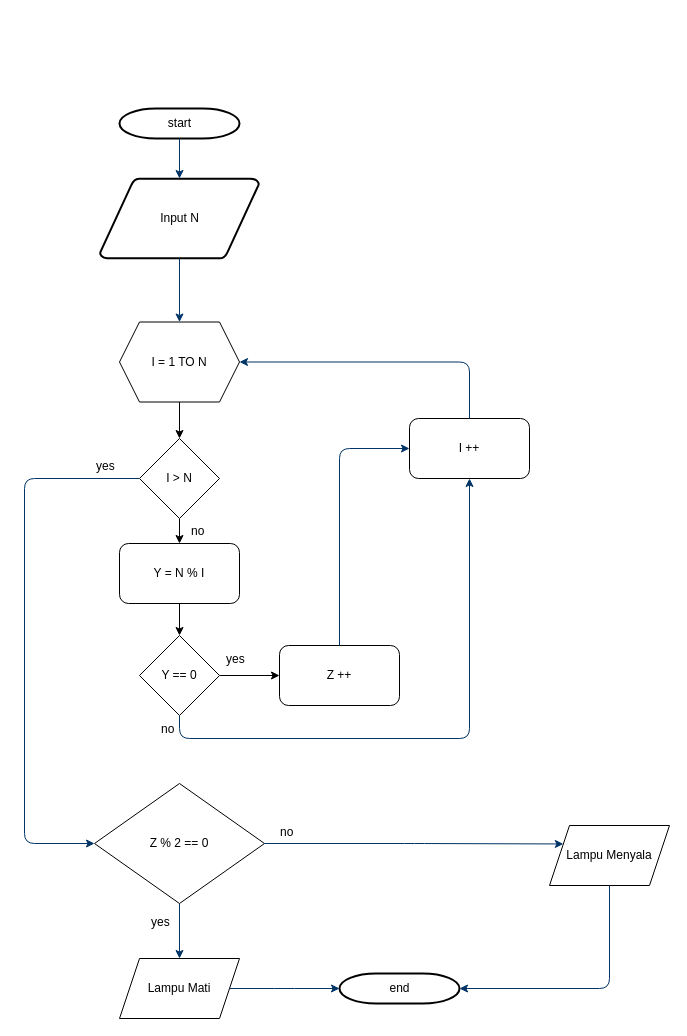
ikonsultandeveloper/Tugas keeps this draw.io diagram as page "Lampu" (2 of 2) of Day1/Day1.drawio. Above is the earlier version. Source tidied: cells renumbered, new cells numbered last; positions are measured from the earlier drawing's top-left corner, leaving out a move shared by most shapes. Both pictures are drawn from the tidied source at 100%, with x=0, y=0 at pixel (24, 108).
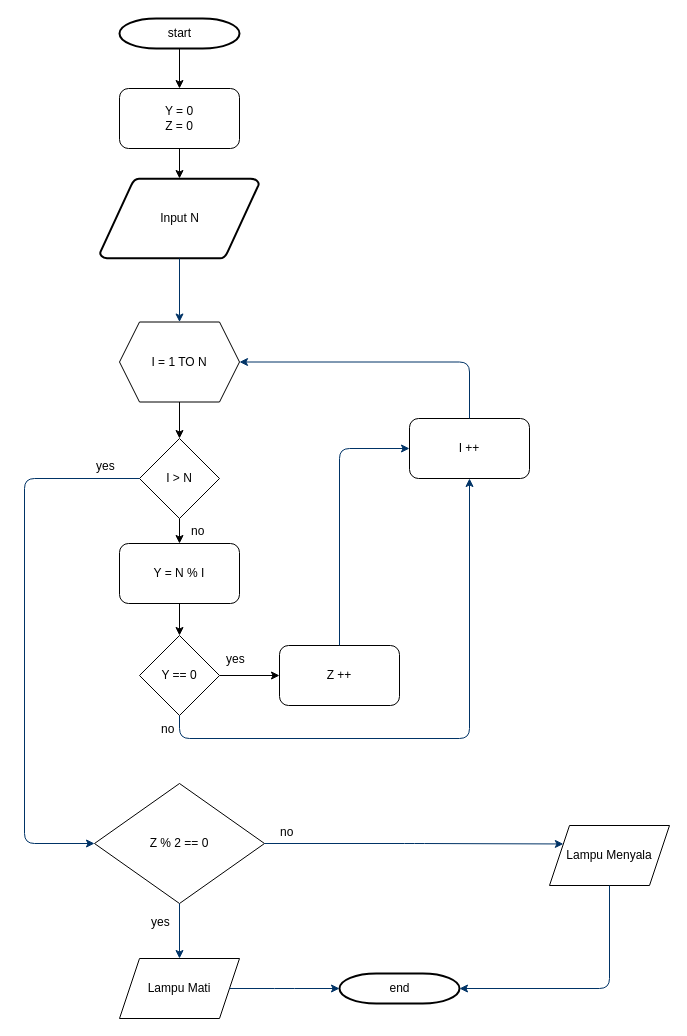
The same diagram, later.

The change refers to these unchanged cells:
```xml
<mxCell id="3" value="Input N" style="shape=mxgraph.flowchart.data;strokeWidth=2;gradientColor=none;gradientDirection=north;fontStyle=0;html=1;" parent="1" vertex="1">
  <mxGeometry x="75.5" y="70" width="159" height="80" as="geometry" />
</mxCell>
```

The edit, as a diff of the source:
```diff
@@
-    <mxCell id="2" value="start" style="shape=mxgraph.flowchart.terminator;strokeWidth=2;gradientColor=none;gradientDirection=north;fontStyle=0;html=1;" parent="1" vertex="1">
-      <mxGeometry x="95" width="120" height="30" as="geometry" />
-    </mxCell>
@@
-    <mxCell id="4" style="fontStyle=1;strokeColor=#003366;strokeWidth=1;html=1;" parent="1" edge="1" source="2" target="3">
-      <mxGeometry relative="1" as="geometry" />
-    </mxCell>
@@
+    <mxCell id="34" style="edgeStyle=orthogonalEdgeStyle;rounded=0;jettySize=auto;html=1;" parent="1" edge="1" source="2" target="36">
+      <mxGeometry relative="1" as="geometry" />
+    </mxCell>
+    <mxCell id="2" value="start" style="shape=mxgraph.flowchart.terminator;strokeWidth=2;gradientColor=none;gradientDirection=north;fontStyle=0;html=1;" parent="1" vertex="1">
+      <mxGeometry x="95" y="-90" width="120" height="30" as="geometry" />
+    </mxCell>
+    <mxCell id="35" style="edgeStyle=orthogonalEdgeStyle;rounded=0;jettySize=auto;html=1;" parent="1" edge="1" source="36" target="3">
+      <mxGeometry relative="1" as="geometry" />
+    </mxCell>
+    <mxCell id="36" value="Y = 0&lt;br&gt;Z = 0" style="rounded=1;whiteSpace=wrap;html=1;" parent="1" vertex="1">
+      <mxGeometry x="95" y="-20" width="120" height="60" as="geometry" />
+    </mxCell>
```
